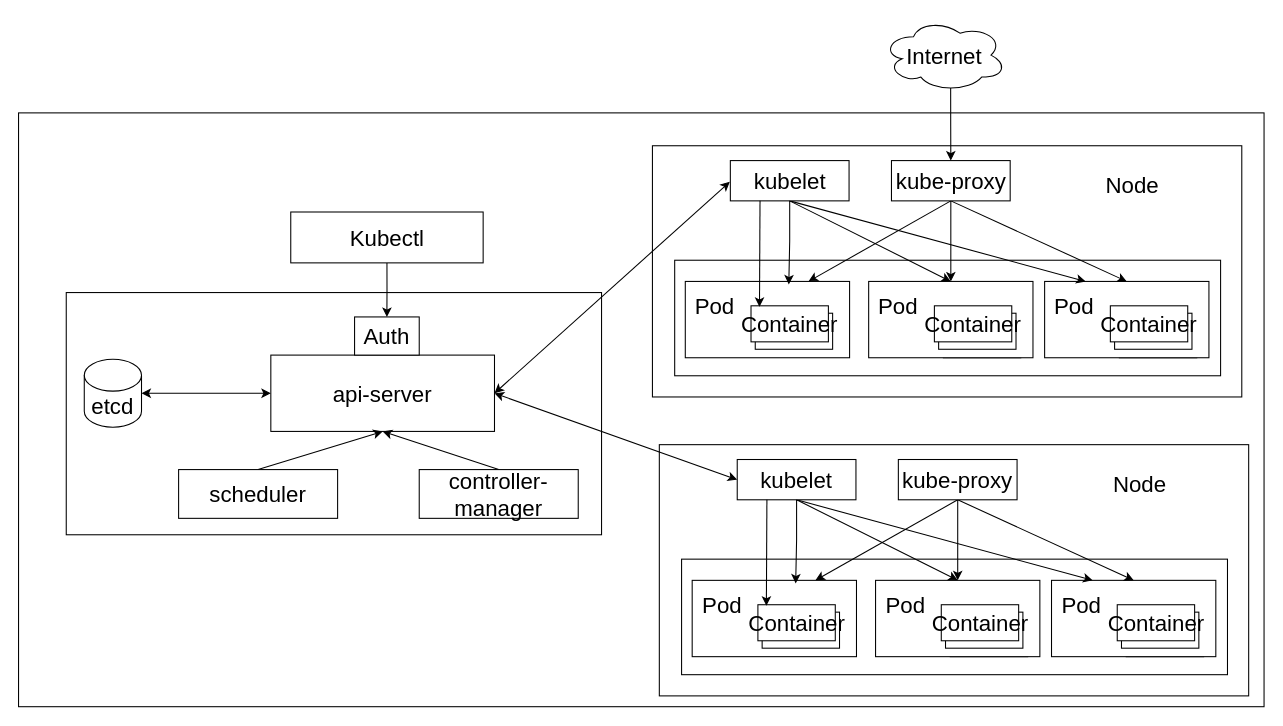
nianqingdeguowang/python keeps this draw.io diagram as k8s架构.drawio. Above is the earlier version. Source tidied: cells renumbered, new cells numbered last; positions are measured from the earlier drawing's top-left corner, leaving out a move shared by most shapes. Both pictures are drawn from the tidied source at 106%, with x=0, y=0 at pixel (18, 18).
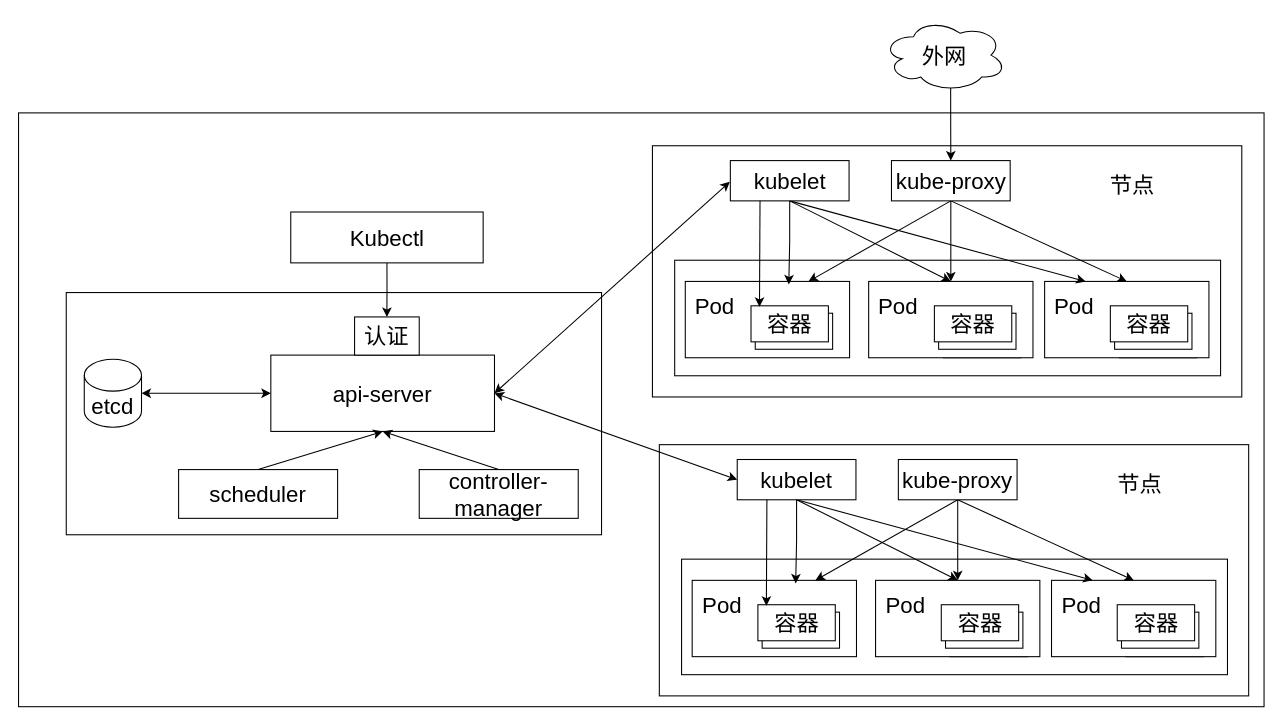
The same page after the edit.

The edit, as a diff of the source:
```diff
@@
-    <mxCell id="12" value="&lt;font style=&quot;font-size: 21px;&quot;&gt;Auth&lt;/font&gt;" style="rounded=0;whiteSpace=wrap;html=1;fontSize=21;" parent="1" vertex="1">
+    <mxCell id="12" value="&lt;font style=&quot;font-size: 21px;&quot;&gt;认证&lt;/font&gt;" style="rounded=0;whiteSpace=wrap;html=1;fontSize=21;" parent="1" vertex="1">
       <mxGeometry x="317" y="281.5" width="61" height="36" as="geometry" />
     </mxCell>
@@
-    <mxCell id="19" value="&lt;font style=&quot;font-size: 21px;&quot;&gt;Container&lt;/font&gt;" style="rounded=0;whiteSpace=wrap;html=1;fontSize=21;" parent="1" vertex="1">
+    <mxCell id="19" value="容器" style="rounded=0;whiteSpace=wrap;html=1;fontSize=21;" parent="1" vertex="1">
       <mxGeometry x="697.5" y="553" width="73" height="34" as="geometry" />
     </mxCell>
@@
-    <mxCell id="24" value="&lt;font style=&quot;font-size: 21px;&quot;&gt;Container&lt;/font&gt;" style="rounded=0;whiteSpace=wrap;html=1;fontSize=21;" parent="1" vertex="1">
+    <mxCell id="24" value="&lt;font style=&quot;font-size: 21px;&quot;&gt;容器&lt;/font&gt;" style="rounded=0;whiteSpace=wrap;html=1;fontSize=21;" parent="1" vertex="1">
       <mxGeometry x="870.5" y="553" width="73" height="34" as="geometry" />
     </mxCell>
@@
-    <mxCell id="29" value="&lt;font style=&quot;font-size: 21px;&quot;&gt;Container&lt;/font&gt;" style="rounded=0;whiteSpace=wrap;html=1;fontSize=21;" parent="1" vertex="1">
+    <mxCell id="29" value="容器" style="rounded=0;whiteSpace=wrap;html=1;fontSize=21;" parent="1" vertex="1">
       <mxGeometry x="1036.5" y="553" width="73" height="34" as="geometry" />
     </mxCell>
@@
-    <mxCell id="41" value="&lt;font style=&quot;font-size: 21px;&quot;&gt;Node&lt;/font&gt;" style="text;html=1;strokeColor=none;fillColor=none;align=center;verticalAlign=middle;whiteSpace=wrap;rounded=0;fontSize=21;" parent="1" vertex="1">
+    <mxCell id="41" value="&lt;font style=&quot;font-size: 21px;&quot;&gt;节点&lt;/font&gt;" style="text;html=1;strokeColor=none;fillColor=none;align=center;verticalAlign=middle;whiteSpace=wrap;rounded=0;fontSize=21;" parent="1" vertex="1">
       <mxGeometry x="1027.5" y="424" width="60" height="30" as="geometry" />
     </mxCell>
@@
-    <mxCell id="47" value="&lt;font style=&quot;font-size: 21px;&quot;&gt;Container&lt;/font&gt;" style="rounded=0;whiteSpace=wrap;html=1;fontSize=21;" parent="1" vertex="1">
+    <mxCell id="47" value="&lt;font style=&quot;font-size: 21px;&quot;&gt;容器&lt;/font&gt;" style="rounded=0;whiteSpace=wrap;html=1;fontSize=21;" parent="1" vertex="1">
       <mxGeometry x="691" y="271" width="73" height="34" as="geometry" />
     </mxCell>
@@
-    <mxCell id="52" value="&lt;font style=&quot;font-size: 21px;&quot;&gt;Container&lt;/font&gt;" style="rounded=0;whiteSpace=wrap;html=1;fontSize=21;" parent="1" vertex="1">
+    <mxCell id="52" value="&lt;font style=&quot;font-size: 21px;&quot;&gt;容器&lt;/font&gt;" style="rounded=0;whiteSpace=wrap;html=1;fontSize=21;" parent="1" vertex="1">
       <mxGeometry x="864" y="271" width="73" height="34" as="geometry" />
     </mxCell>
@@
-    <mxCell id="57" value="&lt;font style=&quot;font-size: 21px;&quot;&gt;Container&lt;/font&gt;" style="rounded=0;whiteSpace=wrap;html=1;fontSize=21;" parent="1" vertex="1">
+    <mxCell id="57" value="&lt;font style=&quot;font-size: 21px;&quot;&gt;容器&lt;/font&gt;" style="rounded=0;whiteSpace=wrap;html=1;fontSize=21;" parent="1" vertex="1">
       <mxGeometry x="1030" y="271" width="73" height="34" as="geometry" />
     </mxCell>
@@
-    <mxCell id="68" value="&lt;font style=&quot;font-size: 21px;&quot;&gt;Node&lt;/font&gt;" style="text;html=1;strokeColor=none;fillColor=none;align=center;verticalAlign=middle;whiteSpace=wrap;rounded=0;fontSize=21;" parent="1" vertex="1">
+    <mxCell id="68" value="&lt;font style=&quot;font-size: 21px;&quot;&gt;节点&lt;/font&gt;" style="text;html=1;strokeColor=none;fillColor=none;align=center;verticalAlign=middle;whiteSpace=wrap;rounded=0;fontSize=21;" parent="1" vertex="1">
       <mxGeometry x="1021" y="142" width="60" height="30" as="geometry" />
     </mxCell>
@@
-    <mxCell id="71" value="&lt;font style=&quot;font-size: 21px;&quot;&gt;Internet&lt;/font&gt;" style="ellipse;shape=cloud;whiteSpace=wrap;html=1;fontSize=21;" parent="1" vertex="1">
+    <mxCell id="71" value="&lt;font style=&quot;font-size: 21px;&quot;&gt;外网&lt;/font&gt;" style="ellipse;shape=cloud;whiteSpace=wrap;html=1;fontSize=21;" parent="1" vertex="1">
       <mxGeometry x="815" width="117" height="69" as="geometry" />
     </mxCell>
```
